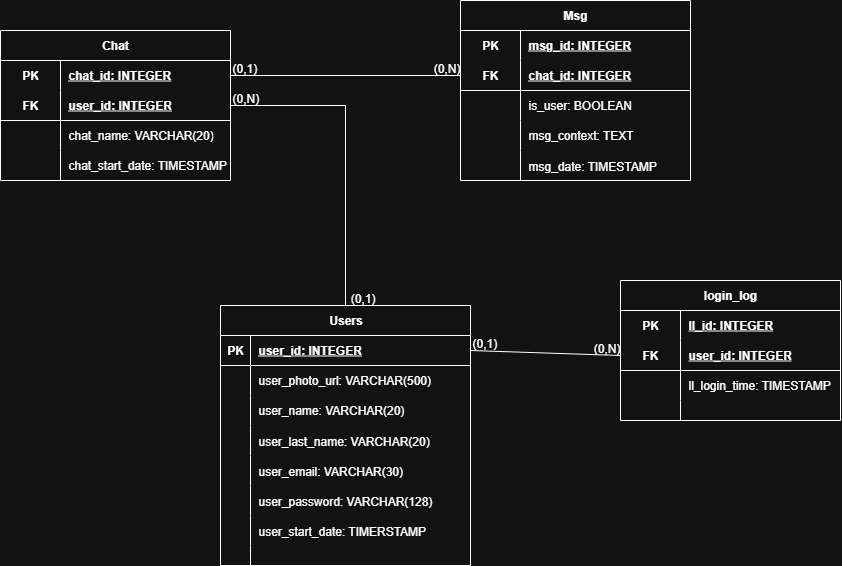
Before: database/logical_model/img/logical_model.png, a diagram exported from draw.io (rodrigueswallace/SysChat). Source tidied: cells renumbered, new cells last; positions are measured from the earlier drawing's top-left corner, leaving out a move shared by most shapes.
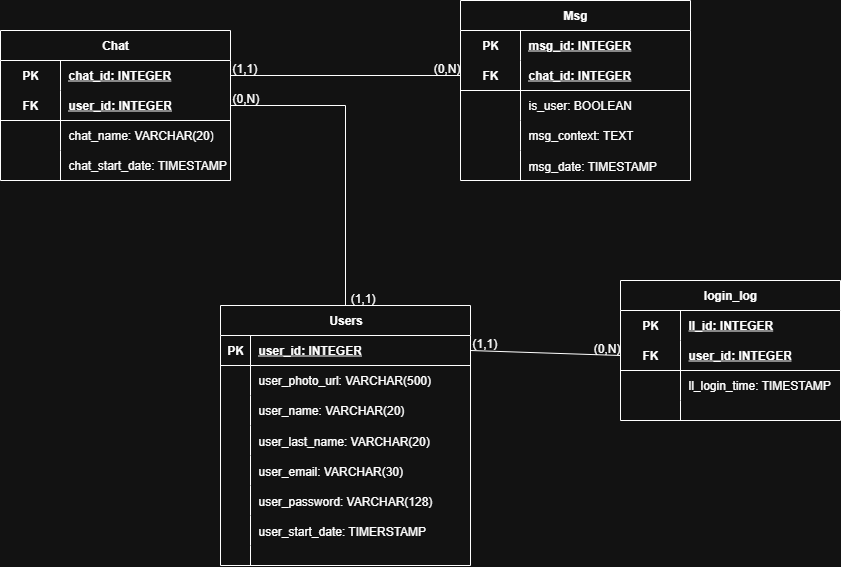
The same diagram one commit later.

The edit, as a diff of the source:
```diff
@@ -206,7 +206,7 @@
     <mxCell id="69" style="endArrow=none;html=1;rounded=0;exitX=1;exitY=0.5;exitDx=0;exitDy=0;entryX=0;entryY=0.5;entryDx=0;entryDy=0;" parent="1" edge="1" source="3" target="60">
       <mxGeometry relative="1" as="geometry" />
     </mxCell>
-    <mxCell id="70" value="(0,1)" style="html=1;whiteSpace=wrap;align=left;verticalAlign=bottom;" parent="69" vertex="1">
+    <mxCell id="70" value="(1,1)" style="html=1;whiteSpace=wrap;align=left;verticalAlign=bottom;" parent="69" vertex="1">
       <mxGeometry x="-1" relative="1" as="geometry" />
     </mxCell>
     <mxCell id="71" value="(0,N)" style="html=1;whiteSpace=wrap;align=right;verticalAlign=bottom;" parent="69" vertex="1">
@@ -222,7 +222,7 @@
     <mxCell id="73" value="(0,N)" style="html=1;whiteSpace=wrap;align=left;verticalAlign=bottom;" parent="72" vertex="1">
       <mxGeometry x="-1" relative="1" as="geometry" />
     </mxCell>
-    <mxCell id="74" value="(0,1)" style="html=1;whiteSpace=wrap;align=right;verticalAlign=bottom;" parent="72" vertex="1">
+    <mxCell id="74" value="(1,1)" style="html=1;whiteSpace=wrap;align=right;verticalAlign=bottom;" parent="72" vertex="1">
       <mxGeometry x="1" relative="1" as="geometry">
         <mxPoint x="30" as="offset" />
       </mxGeometry>
@@ -230,7 +230,7 @@
     <mxCell id="75" style="endArrow=none;html=1;rounded=0;exitX=1;exitY=0.5;exitDx=0;exitDy=0;entryX=0;entryY=0.5;entryDx=0;entryDy=0;" parent="1" edge="1" source="28" target="44">
       <mxGeometry relative="1" as="geometry" />
     </mxCell>
-    <mxCell id="76" value="(0,1)" style="html=1;whiteSpace=wrap;align=left;verticalAlign=bottom;" parent="75" vertex="1">
+    <mxCell id="76" value="(1,1)" style="html=1;whiteSpace=wrap;align=left;verticalAlign=bottom;" parent="75" vertex="1">
       <mxGeometry x="-1" relative="1" as="geometry" />
     </mxCell>
     <mxCell id="77" value="(0,N)" style="html=1;whiteSpace=wrap;align=right;verticalAlign=bottom;" parent="75" vertex="1">
```
